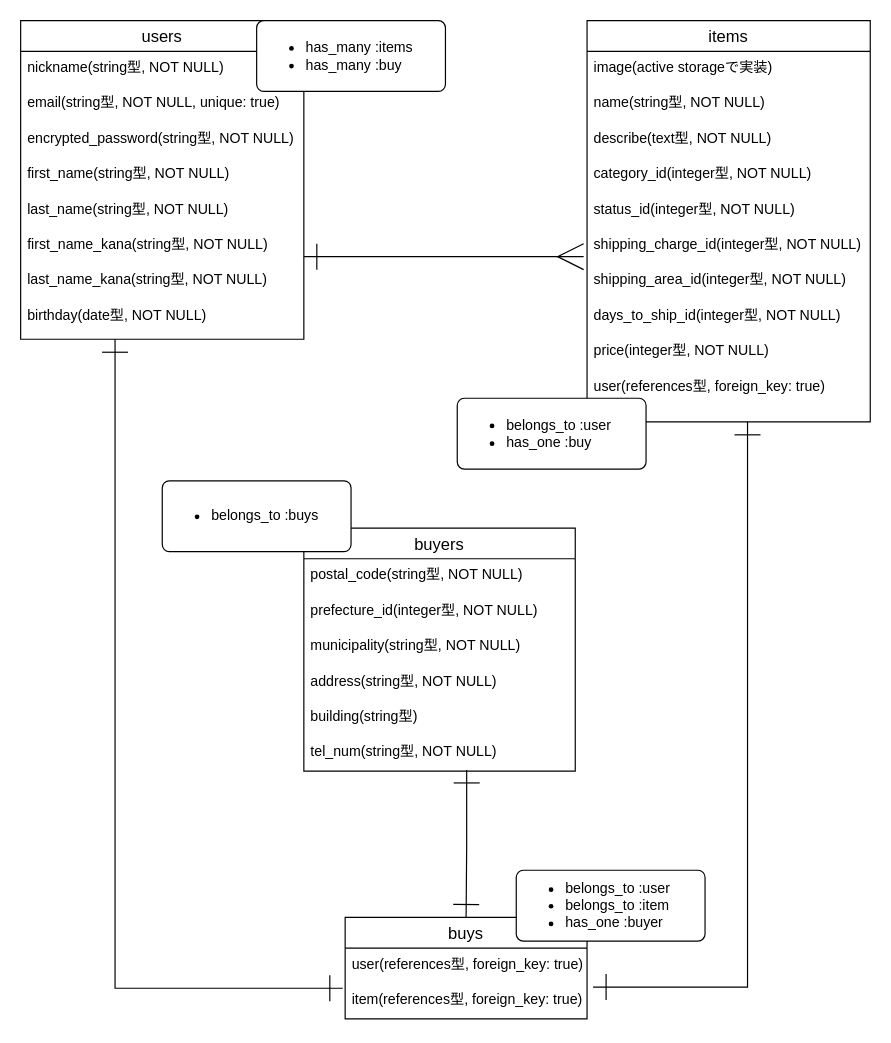
Before: furima_er.dio in ironkazutoyo/furima-34405, a draw.io diagram. Source tidied: cells renumbered, new cells numbered last; positions are measured from the earlier drawing's top-left corner, leaving out a move shared by most shapes. Both pictures are drawn from the tidied source at 118%, with x=0, y=0 at pixel (20, 20).
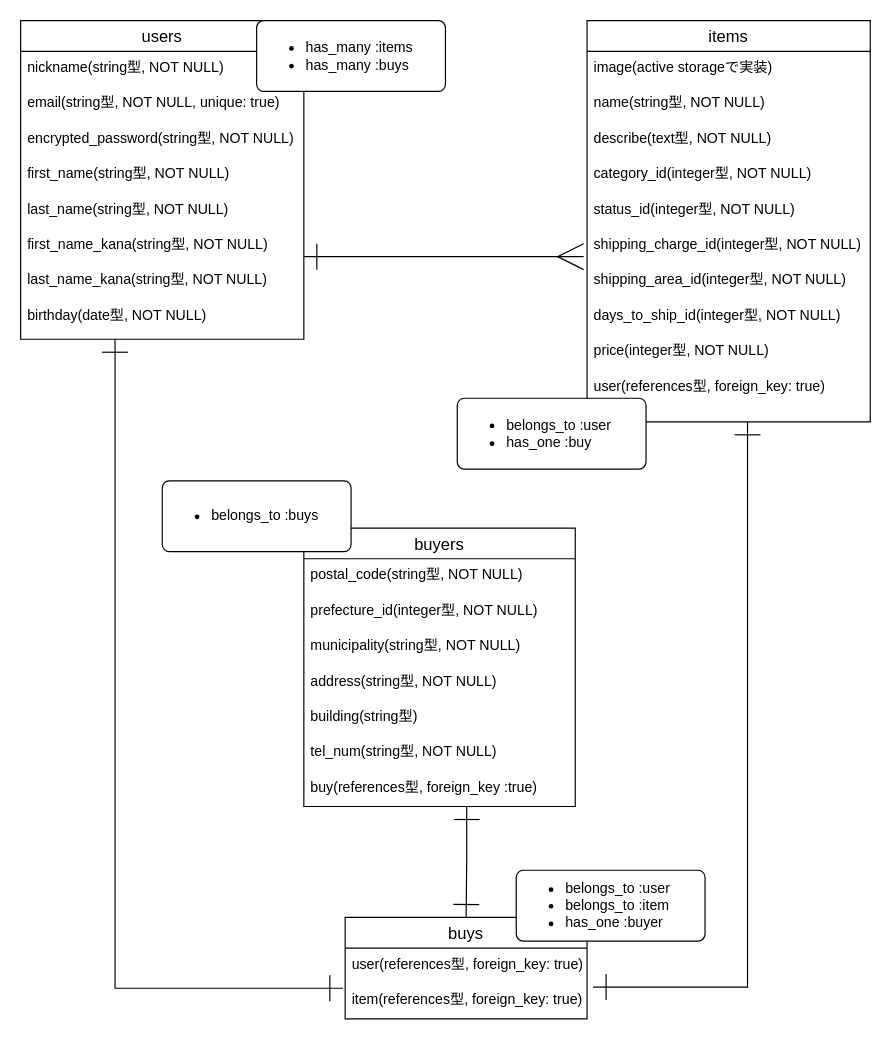
The same diagram, later.

The change refers to these unchanged cells:
```xml
<mxCell id="29" value="tel_num(string型, NOT NULL)" style="text;strokeColor=none;fillColor=none;spacingLeft=4;spacingRight=4;overflow=hidden;points=[[0,0.5],[1,0.5]];portConstraint=eastwest;fontSize=12;" parent="23" vertex="1">
  <mxGeometry y="176" width="230" height="30" as="geometry" />
</mxCell>
<mxCell id="36" value="buys" style="swimlane;fontStyle=0;horizontal=1;startSize=26;align=center;fontSize=14;" parent="1" vertex="1">
  <mxGeometry x="275" y="760" width="205" height="86" as="geometry" />
</mxCell>
```

Diff of the diagram source:
```diff
@@
-    <mxCell id="22" style="edgeStyle=orthogonalEdgeStyle;rounded=0;jettySize=auto;html=1;startArrow=ERone;startFill=0;startSize=20;endArrow=ERone;endFill=0;endSize=20;exitX=0.6;exitY=0.967;exitDx=0;exitDy=0;exitPerimeter=0;" parent="1" edge="1" source="29" target="36">
+    <mxCell id="22" style="edgeStyle=orthogonalEdgeStyle;rounded=0;jettySize=auto;html=1;startArrow=ERone;startFill=0;startSize=20;endArrow=ERone;endFill=0;endSize=20;exitX=0.6;exitY=1;exitDx=0;exitDy=0;exitPerimeter=0;" parent="1" edge="1" source="40" target="36">
       <mxGeometry relative="1" as="geometry" />
     </mxCell>
     <mxCell id="23" value="buyers" style="swimlane;fontStyle=0;horizontal=1;startSize=26;align=center;fontSize=14;" parent="1" vertex="1">
-      <mxGeometry x="240" y="430" width="230" height="206" as="geometry" />
+      <mxGeometry x="240" y="430" width="230" height="236" as="geometry" />
     </mxCell>
@@
+    <mxCell id="40" value="buy(references型, foreign_key :true)" style="text;strokeColor=none;fillColor=none;spacingLeft=4;spacingRight=4;overflow=hidden;points=[[0,0.5],[1,0.5]];portConstraint=eastwest;fontSize=12;" parent="23" vertex="1">
+      <mxGeometry y="206" width="230" height="30" as="geometry" />
+    </mxCell>
@@
-    <mxCell id="33" value="&lt;ul&gt;&lt;li&gt;has_many :items&lt;/li&gt;&lt;li&gt;has_many :buy&lt;/li&gt;&lt;/ul&gt;" style="rounded=1;arcSize=10;whiteSpace=wrap;html=1;align=left;" parent="1" vertex="1">
+    <mxCell id="33" value="&lt;ul&gt;&lt;li&gt;has_many :items&lt;/li&gt;&lt;li&gt;has_many :buys&lt;/li&gt;&lt;/ul&gt;" style="rounded=1;arcSize=10;whiteSpace=wrap;html=1;align=left;" parent="1" vertex="1">
       <mxGeometry x="200" width="160" height="60" as="geometry" />
     </mxCell>
```
